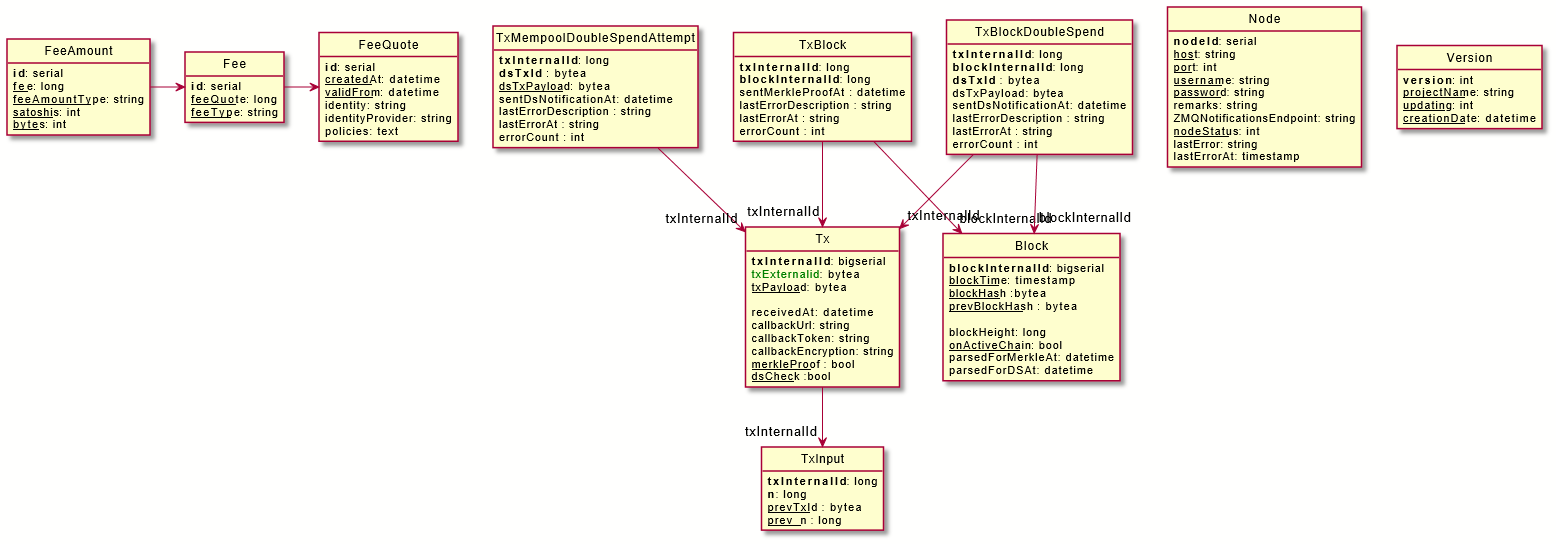
bitcoin-sv/merchantapi-reference keeps this PlantUML diagram as src/MerchantAPI/APIGateway/APIGateway.Database/Uml/out/APIGatewayUml/APIGatewayUml.png. Above is the earlier version. Its source is kept beside it as src/MerchantAPI/APIGateway/APIGateway.Database/Uml/APIGatewayUml.puml.
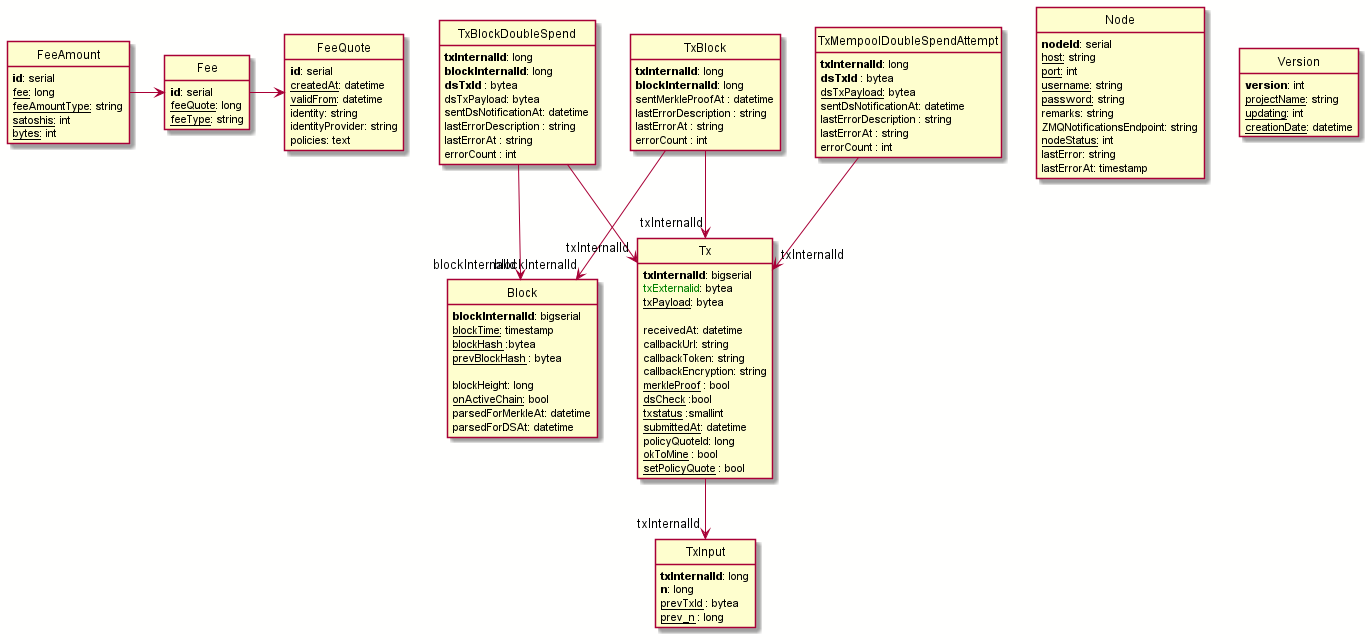
The same diagram one commit later.

The edit, as a diff of the source:
```diff
@@ -17,6 +17,11 @@
   callbackEncryption: string
   not_null(merkleProof) : bool
   not_null(dsCheck) :bool
+  not_null(txstatus) :smallint
+  not_null(submittedAt): datetime
+  policyQuoteId: long
+  not_null(okToMine) : bool
+  not_null(setPolicyQuote) : bool
 }
 
 class TxInput {
```
